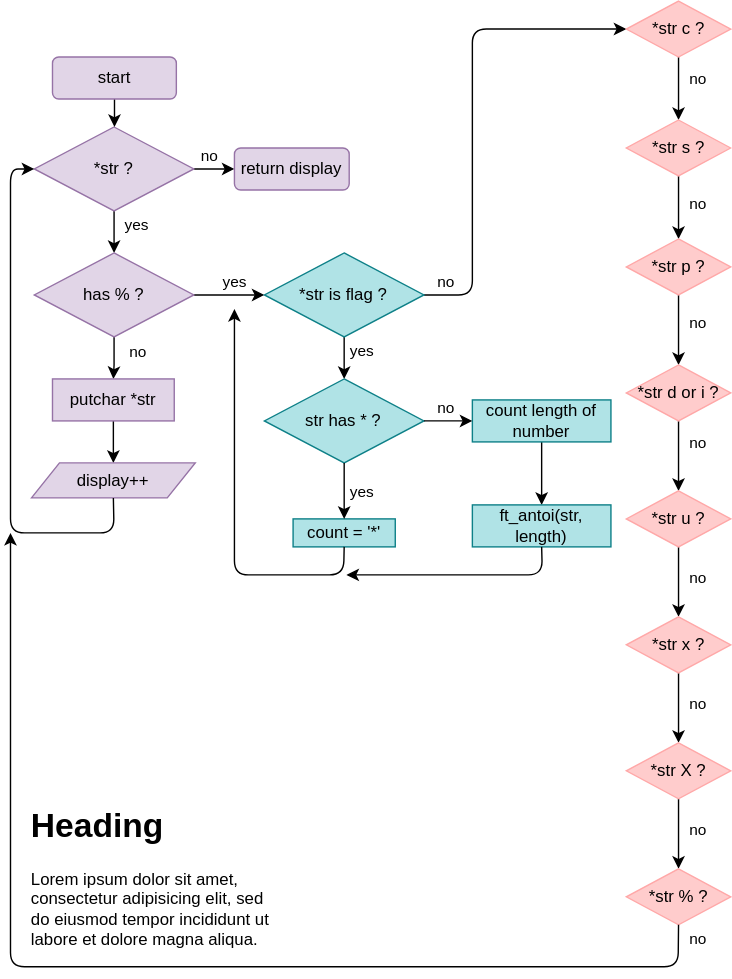
The draw.io diagram docs/flowchart.svg in agatocherry/printf, before a commit. Source tidied: cells renumbered, new cells last; positions are measured from the earlier drawing's top-left corner, leaving out a move shared by most shapes.
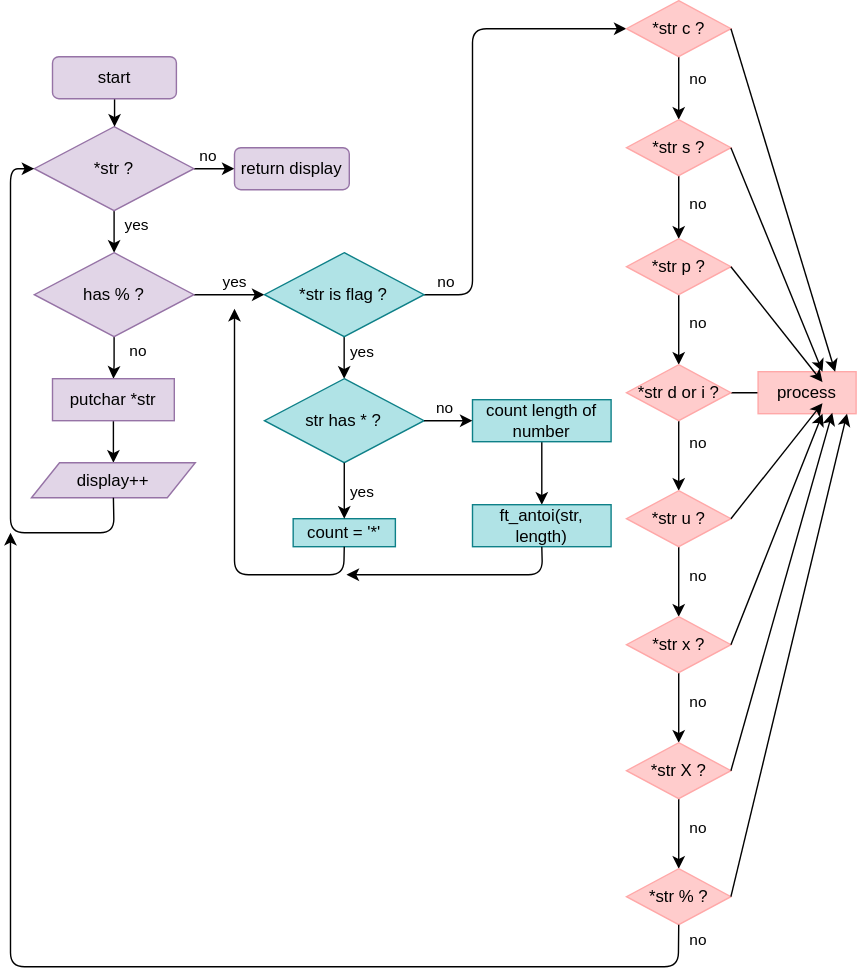
Later version of the same file.

Change to the diagram source:
```diff
@@ -180,6 +180,11 @@
         <mxPoint x="10" y="-3" as="offset" />
       </mxGeometry>
     </mxCell>
+    <mxCell id="60" style="edgeStyle=orthogonalEdgeStyle;rounded=0;jettySize=auto;html=1;" parent="1" edge="1" source="46">
+      <mxGeometry relative="1" as="geometry">
+        <mxPoint x="580" y="280" as="targetPoint" />
+      </mxGeometry>
+    </mxCell>
     <mxCell id="46" value="&lt;span&gt;*str d or i ?&lt;/span&gt;" style="rhombus;whiteSpace=wrap;html=1;fillColor=#ffcccc;strokeColor=#FFA8A8;labelBackgroundColor=none;labelBorderColor=none;" parent="1" vertex="1">
       <mxGeometry x="440" y="260" width="74.6" height="40" as="geometry" />
     </mxCell>
@@ -233,8 +238,43 @@
         <mxPoint x="13" as="offset" />
       </mxGeometry>
     </mxCell>
-    <mxCell id="59" value="&lt;h1&gt;Heading&lt;/h1&gt;&lt;p&gt;Lorem ipsum dolor sit amet, consectetur adipisicing elit, sed do eiusmod tempor incididunt ut labore et dolore magna aliqua.&lt;/p&gt;" style="text;html=1;strokeColor=none;fillColor=none;spacing=5;spacingTop=-20;whiteSpace=wrap;overflow=hidden;rounded=0;labelBackgroundColor=none;labelBorderColor=none;" parent="1" vertex="1">
-      <mxGeometry x="10" y="570" width="190" height="110" as="geometry" />
-    </mxCell>
+    <mxCell id="61" value="process" style="whiteSpace=wrap;html=1;strokeColor=#FFA8A8;fillColor=#ffcccc;" parent="1" vertex="1">
+      <mxGeometry x="534" y="265" width="70" height="30" as="geometry" />
+    </mxCell>
+    <mxCell id="62" style="endArrow=classic;html=1;exitX=1;exitY=0.5;exitDx=0;exitDy=0;entryX=0;entryY=0.75;entryDx=0;entryDy=0;" parent="1" edge="1" source="49">
+      <mxGeometry relative="1" as="geometry">
+        <mxPoint x="580" y="287.5" as="targetPoint" />
+      </mxGeometry>
+    </mxCell>
+    <mxCell id="63" style="endArrow=classic;html=1;exitX=1;exitY=0.5;exitDx=0;exitDy=0;entryX=0;entryY=0.25;entryDx=0;entryDy=0;" parent="1" edge="1" source="43">
+      <mxGeometry relative="1" as="geometry">
+        <mxPoint x="580" y="272.5" as="targetPoint" />
+      </mxGeometry>
+    </mxCell>
+    <mxCell id="64" style="endArrow=classic;html=1;exitX=1;exitY=0.5;exitDx=0;exitDy=0;entryX=0;entryY=0;entryDx=0;entryDy=0;" parent="1" edge="1" source="40">
+      <mxGeometry relative="1" as="geometry">
+        <mxPoint x="580" y="265" as="targetPoint" />
+      </mxGeometry>
+    </mxCell>
+    <mxCell id="65" style="endArrow=classic;html=1;exitX=1;exitY=0.5;exitDx=0;exitDy=0;entryX=0;entryY=1;entryDx=0;entryDy=0;" parent="1" edge="1" source="52">
+      <mxGeometry relative="1" as="geometry">
+        <mxPoint x="580" y="295" as="targetPoint" />
+      </mxGeometry>
+    </mxCell>
+    <mxCell id="66" style="endArrow=classic;html=1;exitX=1;exitY=0.5;exitDx=0;exitDy=0;entryX=0.1;entryY=0.978;entryDx=0;entryDy=0;entryPerimeter=0;" parent="1" edge="1" source="55">
+      <mxGeometry relative="1" as="geometry">
+        <mxPoint x="587" y="294.3" as="targetPoint" />
+      </mxGeometry>
+    </mxCell>
+    <mxCell id="67" style="endArrow=classic;html=1;exitX=1;exitY=0.5;exitDx=0;exitDy=0;entryX=0.25;entryY=1;entryDx=0;entryDy=0;" parent="1" edge="1" source="56">
+      <mxGeometry relative="1" as="geometry">
+        <mxPoint x="597.5" y="295" as="targetPoint" />
+      </mxGeometry>
+    </mxCell>
+    <mxCell id="68" style="endArrow=classic;html=1;exitX=1;exitY=0.5;exitDx=0;exitDy=0;entryX=0.129;entryY=0;entryDx=0;entryDy=0;entryPerimeter=0;" parent="1" edge="1" source="37">
+      <mxGeometry relative="1" as="geometry">
+        <mxPoint x="589" y="265" as="targetPoint" />
+      </mxGeometry>
+    </mxCell>
   </root>
 </mxGraphModel>
```
